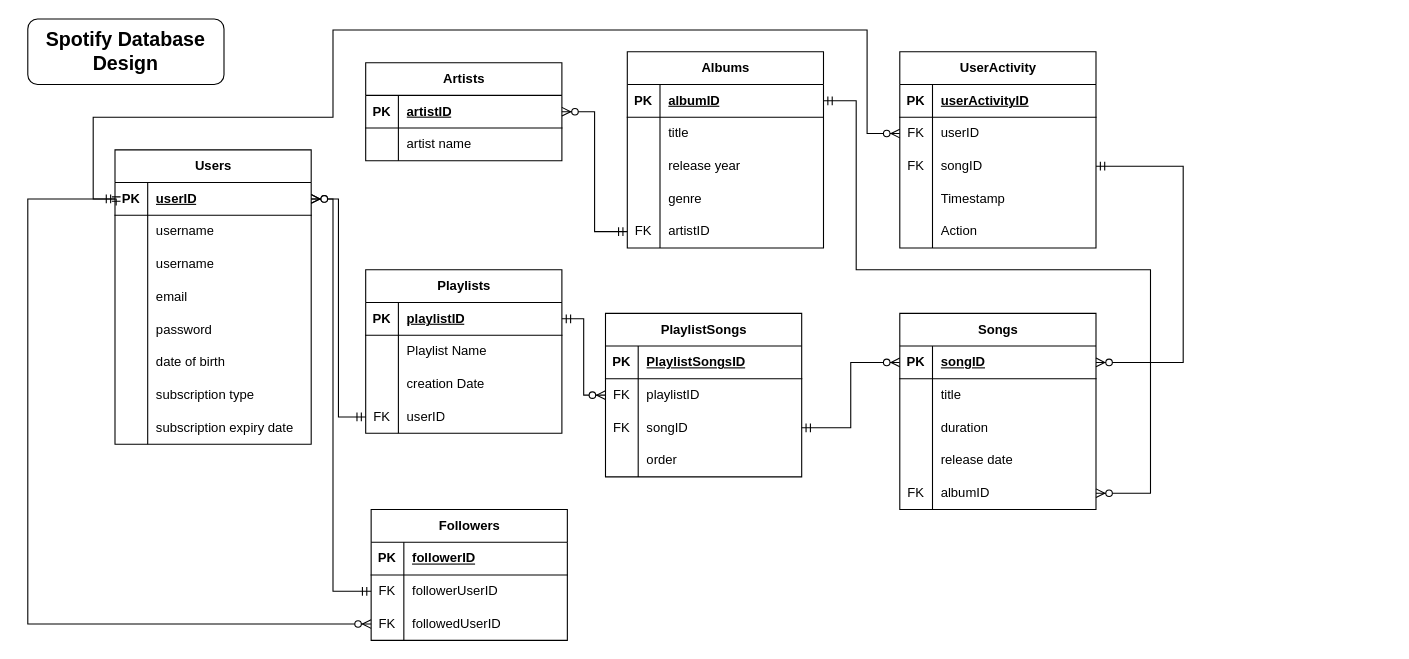
This is Spotify Database Design S5D2 -> Database Design (L1).drawio from Keerthishankar-Punchithaya/Assignments, a draw.io file, before an edit. Source tidied: cells renumbered, new cells numbered last; positions are measured from the earlier drawing's top-left corner, leaving out a move shared by most shapes. Both pictures are drawn from the tidied source at 109%, with x=0, y=0 at pixel (27, 19).
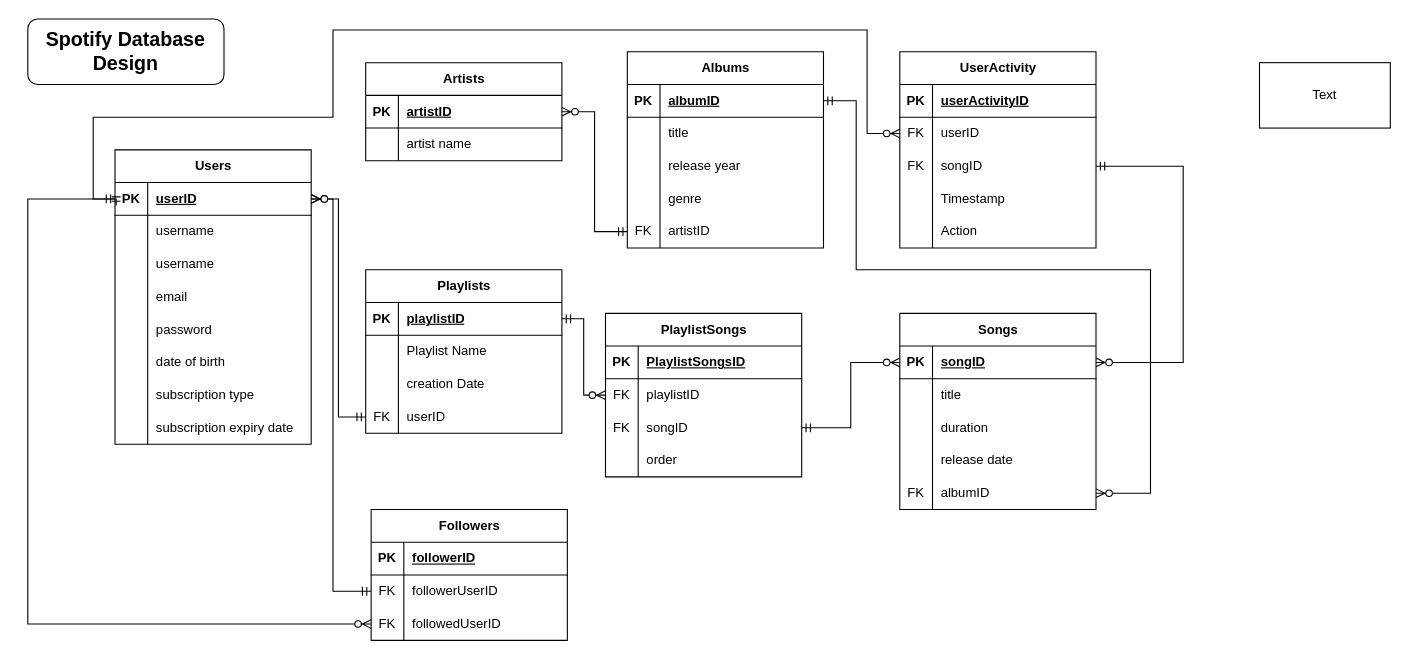
The same page after the edit.

The edit, as a diff of the source:
```diff
@@
+    <mxCell id="129" style="rounded=0;whiteSpace=wrap;html=1;" parent="1" vertex="1">
+      <mxGeometry x="1130" y="40" width="120" height="60" as="geometry" />
+    </mxCell>
+    <mxCell id="130" value="Text" style="text;html=1;align=center;verticalAlign=middle;whiteSpace=wrap;rounded=0;" parent="1" vertex="1">
+      <mxGeometry x="1160" y="55" width="60" height="30" as="geometry" />
+    </mxCell>
```
